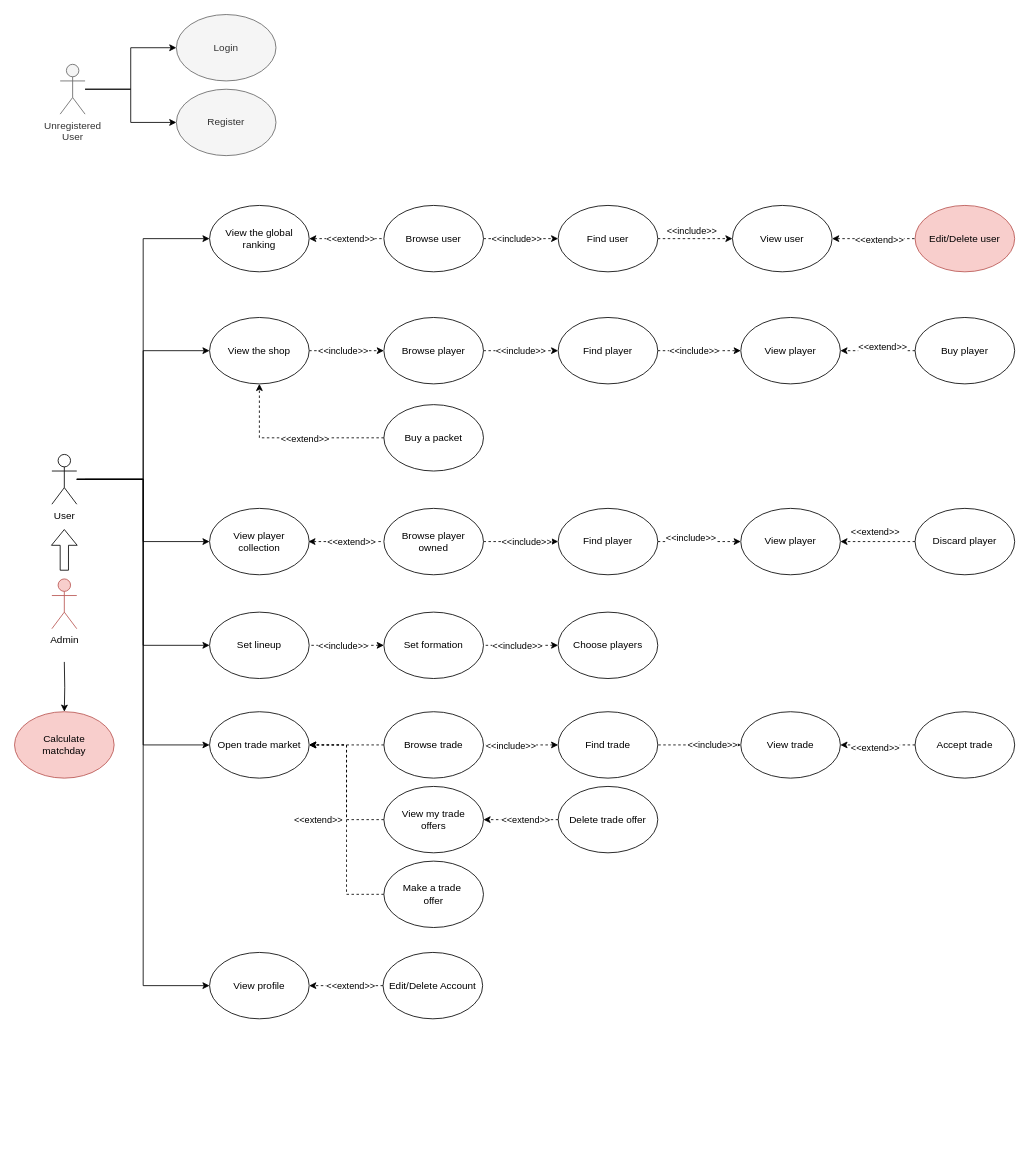
Above: page "UML Use Cases" (1 of 3) of Documentation/ProjectUML.drawio in Plaza99/FantaManager (draw.io), before the change. Source tidied: cells renumbered, new cells numbered last; positions are measured from the earlier drawing's top-left corner, leaving out a move shared by most shapes. Both pictures are drawn from the tidied source at 83%, with x=0, y=0 at pixel (14, 14).
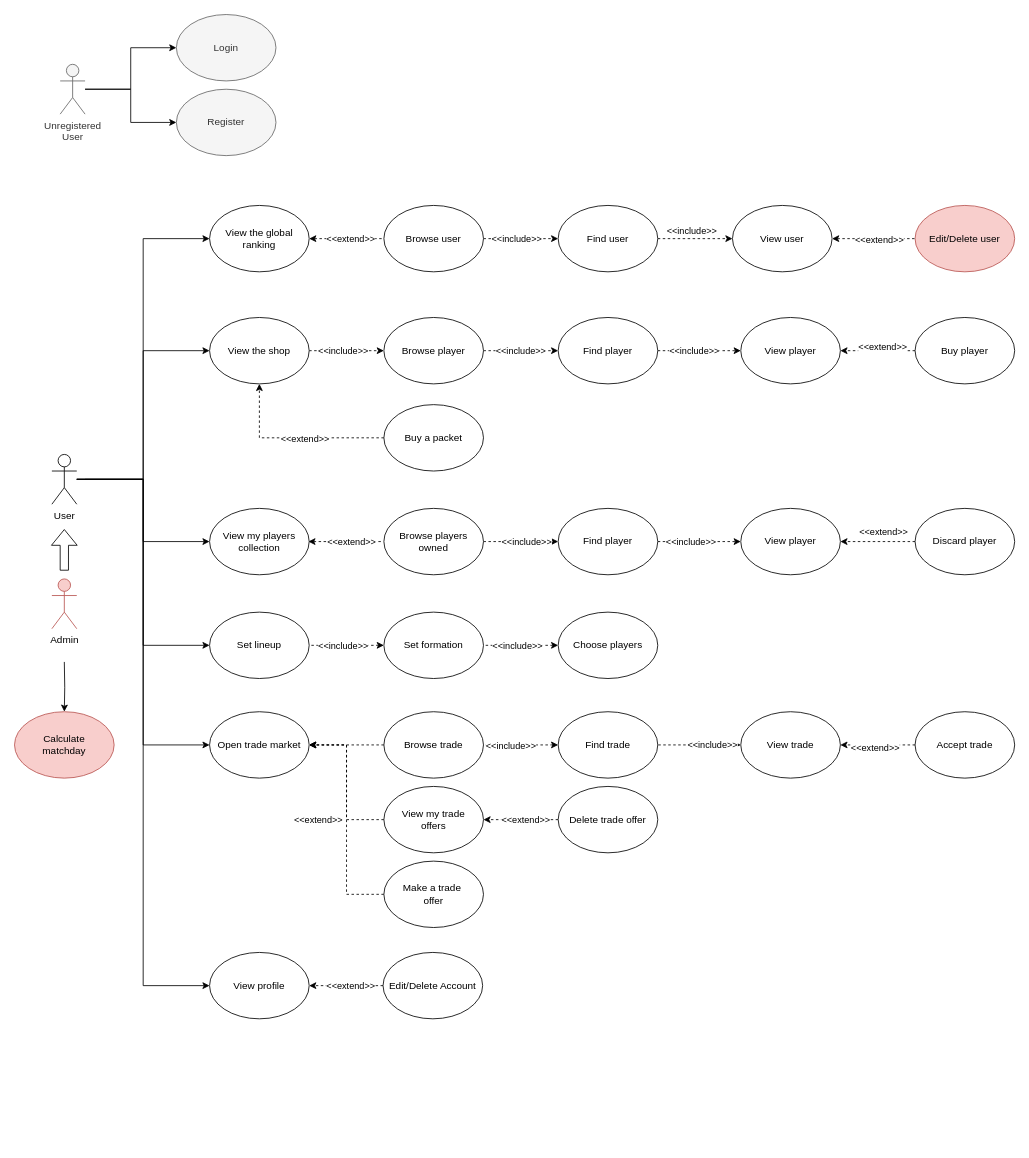
The same page after the edit.

The change refers to these unchanged cells:
```xml
<mxCell id="52" style="edgeStyle=orthogonalEdgeStyle;rounded=0;jettySize=auto;html=1;dashed=1;startArrow=none;startFill=0;endArrow=classic;endFill=1;" parent="1" edge="1" source="54" target="55">
  <mxGeometry relative="1" as="geometry" />
</mxCell>
```

What changed in the source:
```diff
@@
-    <mxCell id="48" value="View player &lt;br&gt;collection" style="ellipse;whiteSpace=wrap;html=1;" parent="1" vertex="1">
+    <mxCell id="48" value="View my players&lt;br&gt;collection" style="ellipse;whiteSpace=wrap;html=1;" parent="1" vertex="1">
       <mxGeometry x="235" y="595" width="120" height="80" as="geometry" />
     </mxCell>
@@
-    <mxCell id="51" value="Browse player&lt;br&gt;owned" style="ellipse;whiteSpace=wrap;html=1;" parent="1" vertex="1">
+    <mxCell id="51" value="Browse players&lt;br&gt;owned" style="ellipse;whiteSpace=wrap;html=1;" parent="1" vertex="1">
       <mxGeometry x="445" y="595" width="120" height="80" as="geometry" />
     </mxCell>
@@
     <mxCell id="53" value="&amp;lt;&amp;lt;include&amp;gt;&amp;gt;" style="edgeLabel;html=1;align=center;verticalAlign=middle;" parent="52" vertex="1">
       <mxGeometry x="-0.39" y="1" relative="1" as="geometry">
-        <mxPoint x="8" y="-4" as="offset" />
+        <mxPoint x="8" y="1" as="offset" />
       </mxGeometry>
     </mxCell>
@@
     <mxCell id="85" value="&amp;lt;&amp;lt;extend&amp;gt;&amp;gt;" style="edgeLabel;html=1;align=center;verticalAlign=middle;" parent="1" vertex="1">
-      <mxGeometry x="415" y="1100" as="geometry">
+      <mxGeometry x="425" y="1100" as="geometry">
         <mxPoint x="621" y="-477" as="offset" />
       </mxGeometry>
     </mxCell>
```
